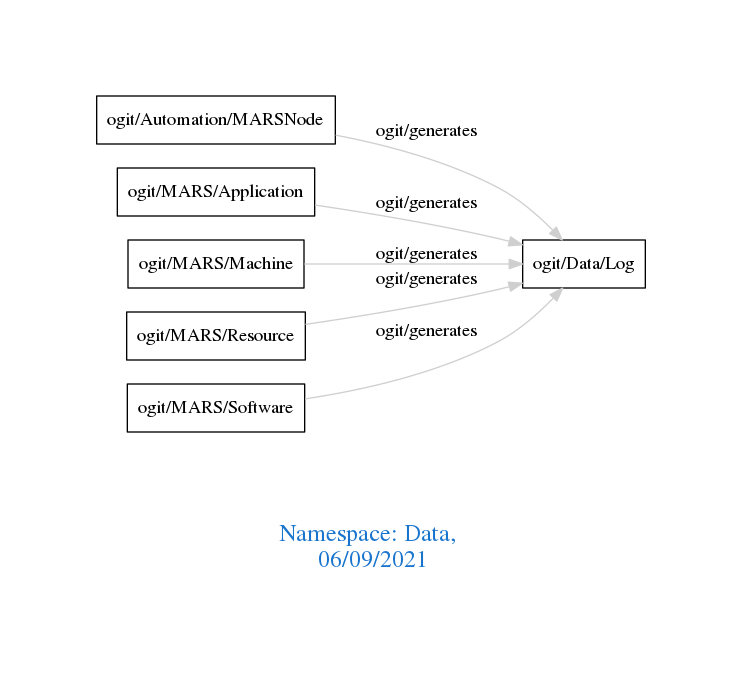
Before: downloads/Data.png, a diagram exported from Graphviz (arago/OGIT). Its source is kept beside it as downloads/Data.dot.
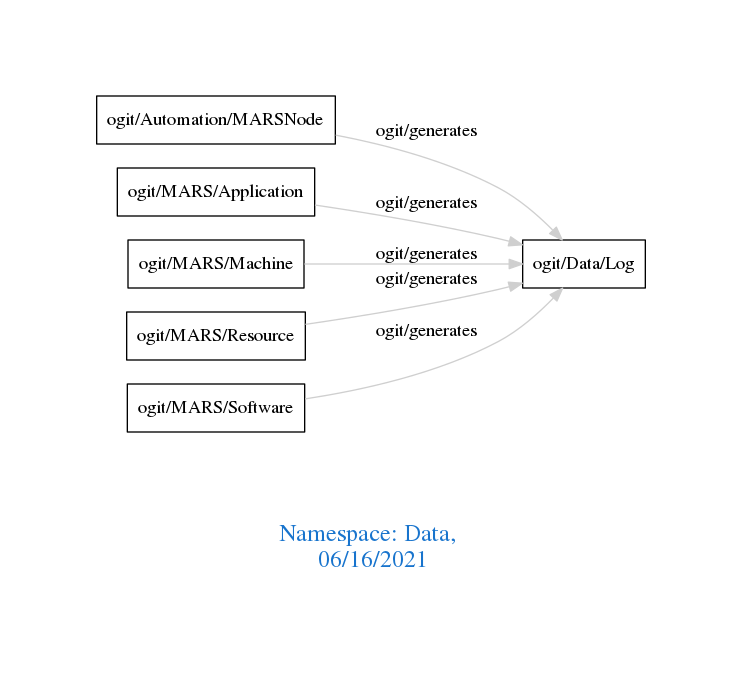
After the change.

Diff of the diagram source:
```diff
@@ -1,7 +1,7 @@
 digraph OGIT_ontology {
  graph [ rankdir= LR,pad=1
 fontsize = 18,
-fontcolor= dodgerblue3,label = "\n\n\nNamespace: Data, \n 06/09/2021"];
+fontcolor= dodgerblue3,label = "\n\n\nNamespace: Data, \n 06/16/2021"];
 node[shape=polygon];
 edge [  color="gray81"];
 
```
